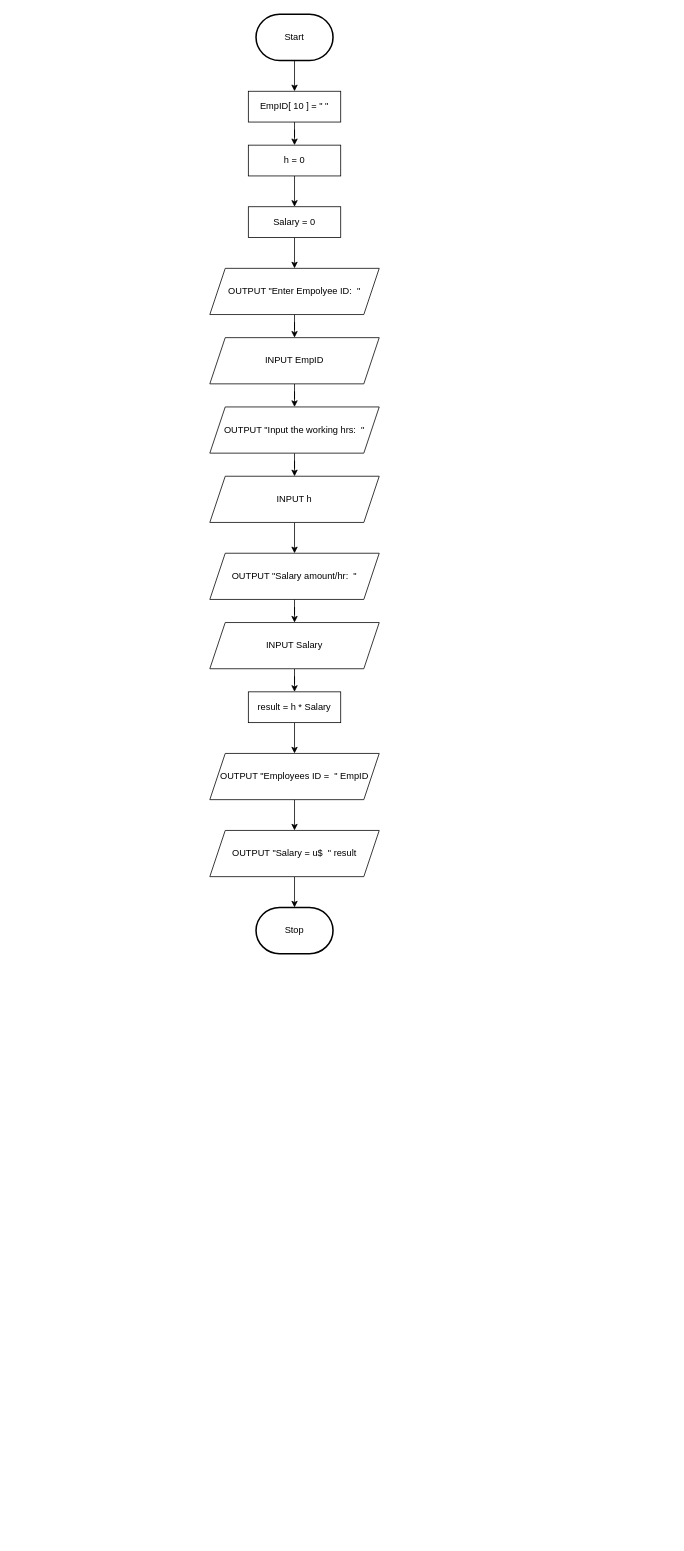
Earlier version of the draw.io diagram Homework/HW04/hw04-6.drawio (sarawut5555/ENGCE117). Source tidied: cells renumbered, new cells numbered last; positions are measured from the earlier drawing's top-left corner, leaving out a move shared by most shapes. Both pictures are drawn from the tidied source at 77%, with x=0, y=0 at pixel (209, 14).
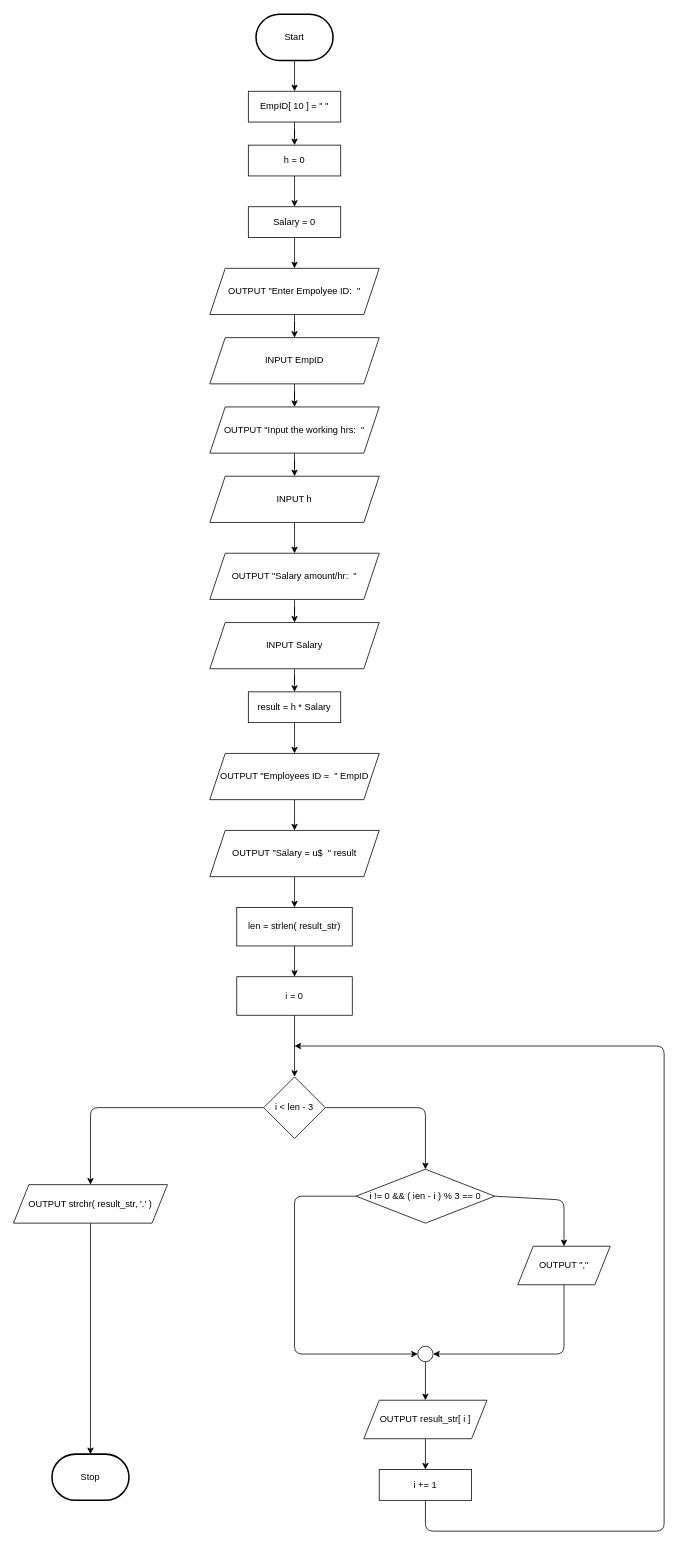
The same page after the edit.

The change refers to these unchanged cells:
```xml
<mxCell id="28" value="OUTPUT &quot;Salary = u$&amp;nbsp; &quot; result" style="shape=parallelogram;perimeter=parallelogramPerimeter;whiteSpace=wrap;html=1;fixedSize=1;" parent="1" vertex="1">
  <mxGeometry y="1060" width="220" height="60" as="geometry" />
</mxCell>
```

Change to the diagram source:
```diff
@@
     <mxCell id="4" value="Stop" style="strokeWidth=2;html=1;shape=mxgraph.flowchart.terminator;whiteSpace=wrap;" parent="1" vertex="1">
-      <mxGeometry x="60" y="1160" width="100" height="60" as="geometry" />
+      <mxGeometry x="-205" y="1870" width="100" height="60" as="geometry" />
     </mxCell>
@@
-    <mxCell id="27" style="edgeStyle=orthogonalEdgeStyle;rounded=0;jettySize=auto;html=1;entryX=0.5;entryY=0;entryDx=0;entryDy=0;entryPerimeter=0;" parent="1" edge="1" source="28" target="4">
-      <mxGeometry relative="1" as="geometry" />
-    </mxCell>
+    <mxCell id="29" style="edgeStyle=none;html=1;entryX=0.5;entryY=0;entryDx=0;entryDy=0;" parent="1" edge="1" source="28" target="31">
+      <mxGeometry relative="1" as="geometry" />
+    </mxCell>
@@
+    <mxCell id="30" style="edgeStyle=none;html=1;entryX=0.5;entryY=0;entryDx=0;entryDy=0;" parent="1" edge="1" source="31" target="33">
+      <mxGeometry relative="1" as="geometry" />
+    </mxCell>
+    <mxCell id="31" value="len = strlen( result_str)" style="rounded=0;whiteSpace=wrap;html=1;" parent="1" vertex="1">
+      <mxGeometry x="35" y="1160" width="150" height="50" as="geometry" />
+    </mxCell>
+    <mxCell id="32" style="edgeStyle=none;html=1;" parent="1" edge="1" source="33" target="36">
+      <mxGeometry relative="1" as="geometry" />
+    </mxCell>
+    <mxCell id="33" value="i = 0" style="rounded=0;whiteSpace=wrap;html=1;" parent="1" vertex="1">
+      <mxGeometry x="35" y="1250" width="150" height="50" as="geometry" />
+    </mxCell>
+    <mxCell id="34" style="edgeStyle=none;html=1;entryX=0.5;entryY=0;entryDx=0;entryDy=0;exitX=1;exitY=0.5;exitDx=0;exitDy=0;" parent="1" edge="1" source="36" target="39">
+      <mxGeometry relative="1" as="geometry">
+        <Array as="points">
+          <mxPoint x="280" y="1420" />
+        </Array>
+      </mxGeometry>
+    </mxCell>
+    <mxCell id="35" style="edgeStyle=none;html=1;entryX=0.5;entryY=0;entryDx=0;entryDy=0;" parent="1" edge="1" source="36" target="49">
+      <mxGeometry relative="1" as="geometry">
+        <Array as="points">
+          <mxPoint x="-155" y="1420" />
+        </Array>
+      </mxGeometry>
+    </mxCell>
+    <mxCell id="36" value="i &amp;lt; len - 3" style="rhombus;whiteSpace=wrap;html=1;" parent="1" vertex="1">
+      <mxGeometry x="70" y="1380" width="80" height="80" as="geometry" />
+    </mxCell>
+    <mxCell id="37" style="edgeStyle=none;html=1;entryX=0.5;entryY=0;entryDx=0;entryDy=0;exitX=1;exitY=0.5;exitDx=0;exitDy=0;" parent="1" edge="1" source="39" target="41">
+      <mxGeometry relative="1" as="geometry">
+        <Array as="points">
+          <mxPoint x="460" y="1540" />
+        </Array>
+      </mxGeometry>
+    </mxCell>
+    <mxCell id="38" style="edgeStyle=none;html=1;entryX=0;entryY=0.5;entryDx=0;entryDy=0;exitX=0;exitY=0.5;exitDx=0;exitDy=0;" parent="1" edge="1" source="39" target="43">
+      <mxGeometry relative="1" as="geometry">
+        <Array as="points">
+          <mxPoint x="110" y="1535" />
+          <mxPoint x="110" y="1740" />
+        </Array>
+      </mxGeometry>
+    </mxCell>
+    <mxCell id="39" value="i != 0 &amp;amp;&amp;amp; ( ien - i ) % 3 == 0" style="rhombus;whiteSpace=wrap;html=1;" parent="1" vertex="1">
+      <mxGeometry x="190" y="1500" width="180" height="70" as="geometry" />
+    </mxCell>
+    <mxCell id="40" style="edgeStyle=none;html=1;entryX=1;entryY=0.5;entryDx=0;entryDy=0;exitX=0.5;exitY=1;exitDx=0;exitDy=0;" parent="1" edge="1" source="41" target="43">
+      <mxGeometry relative="1" as="geometry">
+        <Array as="points">
+          <mxPoint x="460" y="1740" />
+        </Array>
+      </mxGeometry>
+    </mxCell>
+    <mxCell id="41" value="OUTPUT &quot;,&quot;" style="shape=parallelogram;perimeter=parallelogramPerimeter;whiteSpace=wrap;html=1;fixedSize=1;" parent="1" vertex="1">
+      <mxGeometry x="400" y="1600" width="120" height="50" as="geometry" />
+    </mxCell>
+    <mxCell id="42" style="edgeStyle=none;html=1;entryX=0.5;entryY=0;entryDx=0;entryDy=0;" parent="1" edge="1" source="43" target="45">
+      <mxGeometry relative="1" as="geometry" />
+    </mxCell>
+    <mxCell id="43" style="ellipse;whiteSpace=wrap;html=1;" parent="1" vertex="1">
+      <mxGeometry x="270" y="1730" width="20" height="20" as="geometry" />
+    </mxCell>
+    <mxCell id="44" style="edgeStyle=none;html=1;entryX=0.5;entryY=0;entryDx=0;entryDy=0;" parent="1" edge="1" source="45" target="47">
+      <mxGeometry relative="1" as="geometry" />
+    </mxCell>
+    <mxCell id="45" value="OUTPUT result_str[ i ]" style="shape=parallelogram;perimeter=parallelogramPerimeter;whiteSpace=wrap;html=1;fixedSize=1;" parent="1" vertex="1">
+      <mxGeometry x="200" y="1800" width="160" height="50" as="geometry" />
+    </mxCell>
+    <mxCell id="46" style="edgeStyle=none;html=1;exitX=0.5;exitY=1;exitDx=0;exitDy=0;" parent="1" edge="1" source="47">
+      <mxGeometry relative="1" as="geometry">
+        <mxPoint x="110" y="1340" as="targetPoint" />
+        <Array as="points">
+          <mxPoint x="280" y="1970" />
+          <mxPoint x="590" y="1970" />
+          <mxPoint x="590" y="1340" />
+        </Array>
+      </mxGeometry>
+    </mxCell>
+    <mxCell id="47" value="i += 1" style="rounded=0;whiteSpace=wrap;html=1;" parent="1" vertex="1">
+      <mxGeometry x="220" y="1890" width="120" height="40" as="geometry" />
+    </mxCell>
+    <mxCell id="48" style="edgeStyle=none;html=1;entryX=0.5;entryY=0;entryDx=0;entryDy=0;entryPerimeter=0;" parent="1" edge="1" source="49" target="4">
+      <mxGeometry relative="1" as="geometry" />
+    </mxCell>
+    <mxCell id="49" value="OUTPUT strchr( result_str, '.' )" style="shape=parallelogram;perimeter=parallelogramPerimeter;whiteSpace=wrap;html=1;fixedSize=1;" parent="1" vertex="1">
+      <mxGeometry x="-255" y="1520" width="200" height="50" as="geometry" />
+    </mxCell>
```
